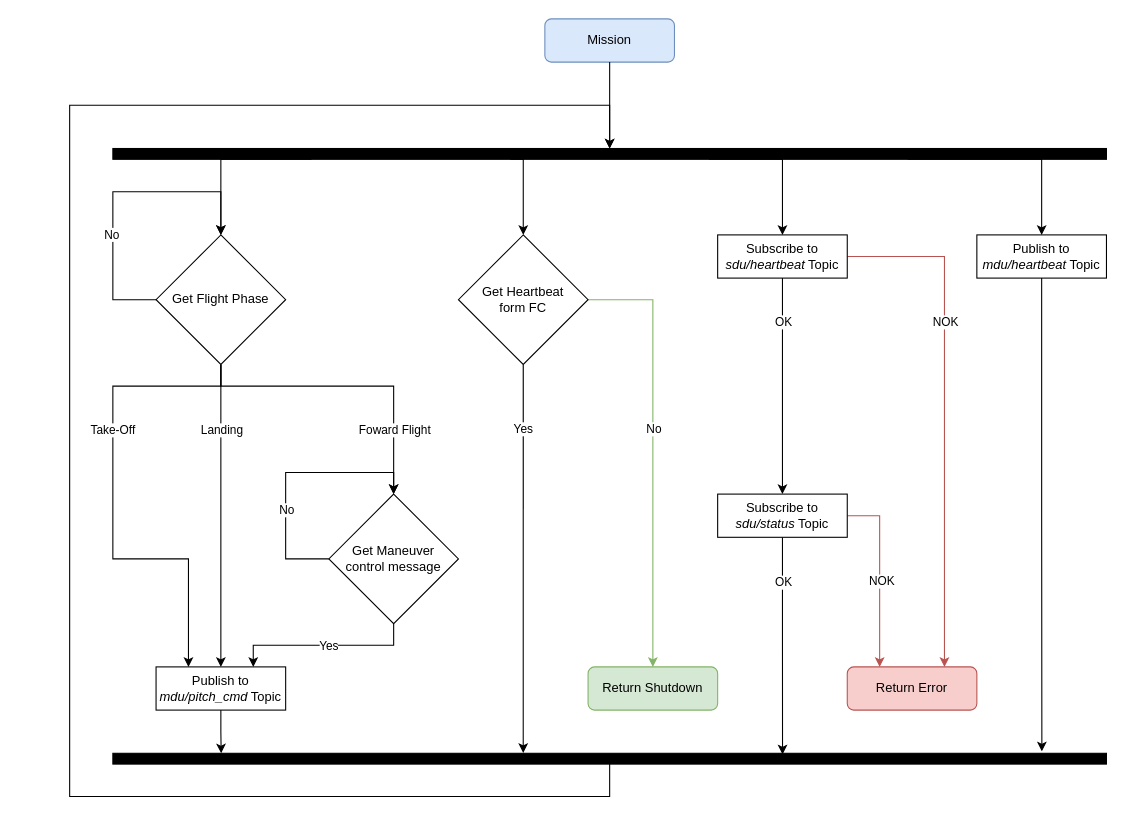
This is page "MDU_MISSION" (4 of 10) of MESCC/2nd_year/2nd_semester/system_diagram.drawio from carlosrijo9/ISEP, a draw.io file, before an edit. Source tidied: cells renumbered, new cells numbered last; positions are measured from the earlier drawing's top-left corner, leaving out a move shared by most shapes. Both pictures are drawn from the tidied source at 108%, with x=0, y=0 at pixel (69, 18).
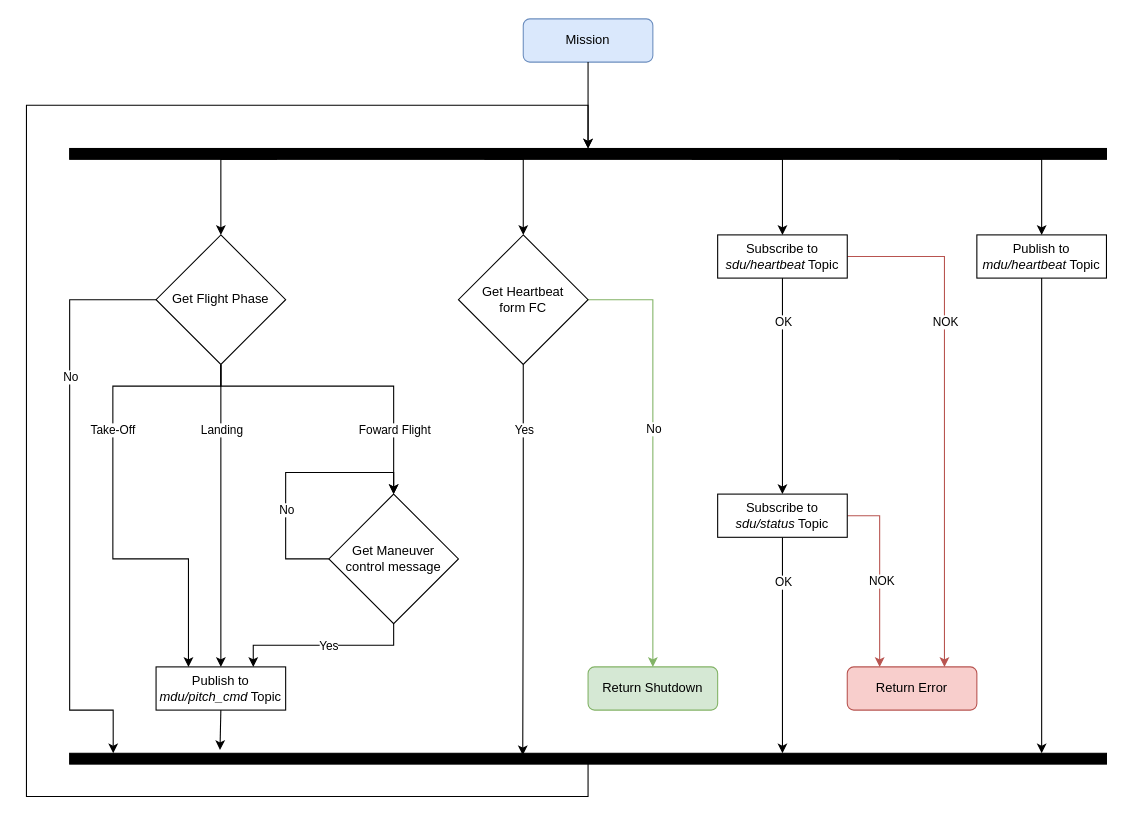
The same page after the edit.

Unchanged cells that the change refers to:
```xml
<mxCell id="8" value="Get Flight Phase" style="rhombus;whiteSpace=wrap;html=1;" parent="1" vertex="1">
  <mxGeometry x="80" y="200" width="120" height="120" as="geometry" />
</mxCell>
<mxCell id="33" value="&lt;div&gt;Get&amp;nbsp;&lt;span style=&quot;background-color: initial;&quot;&gt;Heartbeat&lt;/span&gt;&lt;/div&gt;&lt;div&gt;&lt;span style=&quot;background-color: initial;&quot;&gt;form FC&lt;/span&gt;&lt;/div&gt;" style="rhombus;whiteSpace=wrap;html=1;" parent="1" vertex="1">
  <mxGeometry x="360" y="200" width="120" height="120" as="geometry" />
</mxCell>
<mxCell id="42" value="Subscribe to &lt;i&gt;sdu/status&lt;/i&gt; Topic" style="rounded=0;whiteSpace=wrap;html=1;" parent="1" vertex="1">
  <mxGeometry x="600" y="440" width="120" height="40" as="geometry" />
</mxCell>
<mxCell id="43" value="Publish to &lt;i&gt;mdu/heartbeat&lt;/i&gt; Topic" style="rounded=0;whiteSpace=wrap;html=1;" parent="1" vertex="1">
  <mxGeometry x="840" y="200" width="120" height="40" as="geometry" />
</mxCell>
<mxCell id="45" value="Publish to &lt;i&gt;mdu/pitch_cmd&lt;/i&gt; Topic" style="rounded=0;whiteSpace=wrap;html=1;" parent="1" vertex="1">
  <mxGeometry x="80" y="600" width="120" height="40" as="geometry" />
</mxCell>
```

The edit, as a diff of the source:
```diff
@@
-    <mxCell id="14" style="edgeStyle=orthogonalEdgeStyle;rounded=0;orthogonalLoop=1;jettySize=auto;html=1;exitX=0;exitY=0.5;exitDx=0;exitDy=0;entryX=0.5;entryY=0;entryDx=0;entryDy=0;" parent="1" edge="1" source="8" target="8">
+    <mxCell id="14" style="edgeStyle=orthogonalEdgeStyle;rounded=0;jettySize=auto;html=1;exitX=0;exitY=0.5;exitDx=0;exitDy=0;entryX=0.042;entryY=0;entryDx=0;entryDy=0;entryPerimeter=0;" parent="1" edge="1" source="8" target="24">
       <mxGeometry relative="1" as="geometry">
         <Array as="points">
-          <mxPoint x="40" y="260" />
-          <mxPoint x="40" y="160" />
-          <mxPoint x="140" y="160" />
+          <mxPoint y="260" />
+          <mxPoint y="640" />
+          <mxPoint x="40" y="640" />
         </Array>
       </mxGeometry>
     </mxCell>
     <mxCell id="15" value="No" style="edgeLabel;html=1;align=center;verticalAlign=middle;" parent="14" vertex="1">
       <mxGeometry x="-0.45" y="2" relative="1" as="geometry">
-        <mxPoint y="-24" as="offset" />
+        <mxPoint x="-2" y="2" as="offset" />
       </mxGeometry>
     </mxCell>
     <mxCell id="16" value="Mission" style="rounded=1;whiteSpace=wrap;html=1;fillColor=#dae8fc;strokeColor=#6c8ebf;" parent="1" vertex="1">
-      <mxGeometry x="440" width="120" height="40" as="geometry" />
+      <mxGeometry x="420" width="120" height="40" as="geometry" />
     </mxCell>
@@
     <mxCell id="22" style="rounded=0;whiteSpace=wrap;html=1;fillColor=#000000;points=[[0,0,0,0,0],[0,0.25,0,0,0],[0,0.5,0,0,0],[0.2,1,0,0,0],[0.25,0,0,0,0],[0.4,1,0,0,0],[0.5,0,0,0,0],[0.6,1,0,0,0],[0.75,0,0,0,0],[0.8,1,0,0,0],[1,0,0,0,0],[1,0.25,0,0,0],[1,0.5,0,0,0]];" parent="1" vertex="1">
-      <mxGeometry x="40" y="120" width="920" height="10" as="geometry" />
+      <mxGeometry y="120" width="960" height="10" as="geometry" />
     </mxCell>
     <mxCell id="23" style="edgeStyle=orthogonalEdgeStyle;rounded=0;jettySize=auto;html=1;exitX=0.5;exitY=1;exitDx=0;exitDy=0;entryX=0.5;entryY=0;entryDx=0;entryDy=0;" parent="1" edge="1" source="24" target="22">
       <mxGeometry relative="1" as="geometry">
         <Array as="points">
           <mxPoint x="480" y="720" />
-          <mxPoint y="720" />
-          <mxPoint y="80" />
+          <mxPoint x="-40" y="720" />
+          <mxPoint x="-40" y="80" />
           <mxPoint x="480" y="80" />
         </Array>
       </mxGeometry>
     </mxCell>
     <mxCell id="24" style="rounded=0;whiteSpace=wrap;html=1;fillColor=#000000;points=[[0.2,0,0,0,0],[0.4,0,0,0,0],[0.6,0,0,0,0],[0.8,0,0,0,0]];" parent="1" vertex="1">
-      <mxGeometry x="40" y="680" width="920" height="10" as="geometry" />
+      <mxGeometry y="680" width="960" height="10" as="geometry" />
     </mxCell>
@@
-    <mxCell id="27" style="edgeStyle=orthogonalEdgeStyle;rounded=0;jettySize=auto;html=1;entryX=0.674;entryY=0.1;entryDx=0;entryDy=0;entryPerimeter=0;exitX=0.5;exitY=1;exitDx=0;exitDy=0;" parent="1" edge="1" source="42" target="24">
-      <mxGeometry relative="1" as="geometry" />
+    <mxCell id="27" style="edgeStyle=orthogonalEdgeStyle;rounded=0;jettySize=auto;html=1;exitX=0.5;exitY=1;exitDx=0;exitDy=0;" parent="1" edge="1" source="42">
+      <mxGeometry relative="1" as="geometry">
+        <mxPoint x="660" y="680" as="targetPoint" />
+      </mxGeometry>
     </mxCell>
@@
-    <mxCell id="29" style="edgeStyle=orthogonalEdgeStyle;rounded=0;jettySize=auto;html=1;exitX=0.5;exitY=1;exitDx=0;exitDy=0;entryX=0.413;entryY=-0.033;entryDx=0;entryDy=0;entryPerimeter=0;" parent="1" edge="1" source="33" target="24">
+    <mxCell id="29" style="edgeStyle=orthogonalEdgeStyle;rounded=0;jettySize=auto;html=1;exitX=0.5;exitY=1;exitDx=0;exitDy=0;entryX=0.437;entryY=0.176;entryDx=0;entryDy=0;entryPerimeter=0;" parent="1" edge="1" source="33" target="24">
       <mxGeometry relative="1" as="geometry" />
     </mxCell>
@@
-    <mxCell id="34" style="edgeStyle=orthogonalEdgeStyle;rounded=0;jettySize=auto;html=1;exitX=0.5;exitY=1;exitDx=0;exitDy=0;entryX=0.109;entryY=0;entryDx=0;entryDy=0;entryPerimeter=0;" parent="1" edge="1" source="45" target="24">
+    <mxCell id="34" style="edgeStyle=orthogonalEdgeStyle;rounded=0;jettySize=auto;html=1;exitX=0.5;exitY=1;exitDx=0;exitDy=0;entryX=0.145;entryY=-0.307;entryDx=0;entryDy=0;entryPerimeter=0;" parent="1" edge="1" source="45" target="24">
       <mxGeometry relative="1" as="geometry" />
     </mxCell>
@@
-    <mxCell id="44" style="edgeStyle=orthogonalEdgeStyle;rounded=0;jettySize=auto;html=1;exitX=0.5;exitY=1;exitDx=0;exitDy=0;entryX=0.935;entryY=-0.18;entryDx=0;entryDy=0;entryPerimeter=0;" parent="1" edge="1" source="43" target="24">
-      <mxGeometry relative="1" as="geometry" />
+    <mxCell id="44" style="edgeStyle=orthogonalEdgeStyle;rounded=0;jettySize=auto;html=1;exitX=0.5;exitY=1;exitDx=0;exitDy=0;" parent="1" edge="1" source="43">
+      <mxGeometry relative="1" as="geometry">
+        <mxPoint x="900" y="680" as="targetPoint" />
+      </mxGeometry>
     </mxCell>
```
